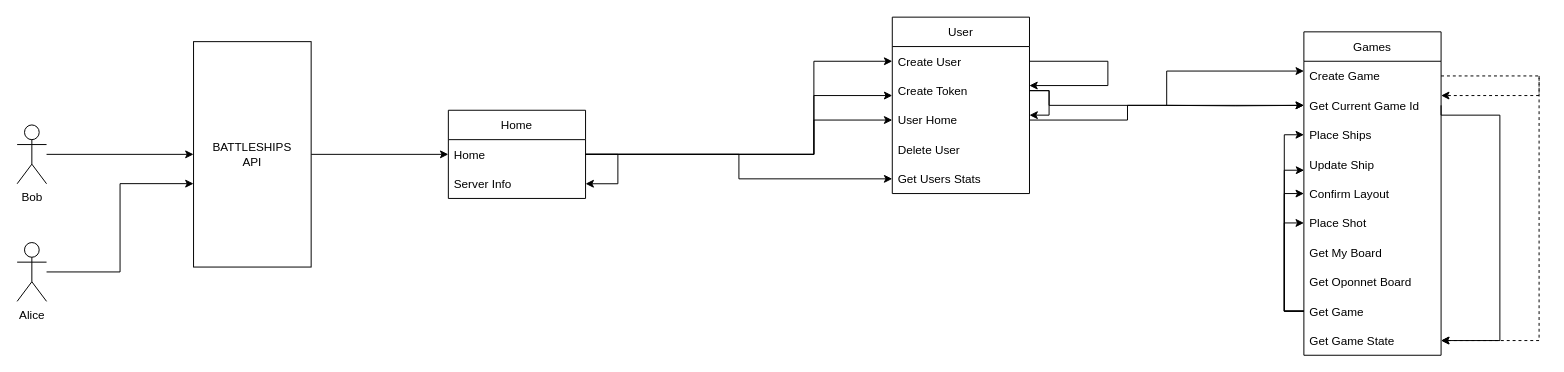
This is code/jvm/daw-battleship-game/src/main/sql/api_navigation.drawio from MiguelRocha2001/ISEL-DAW-Battleships-Game, a draw.io file, before an edit. Source tidied: cells renumbered, new cells numbered last; positions are measured from the earlier drawing's top-left corner, leaving out a move shared by most shapes. Both pictures are drawn from the tidied source at 98%, with x=0, y=0 at pixel (17, 17).
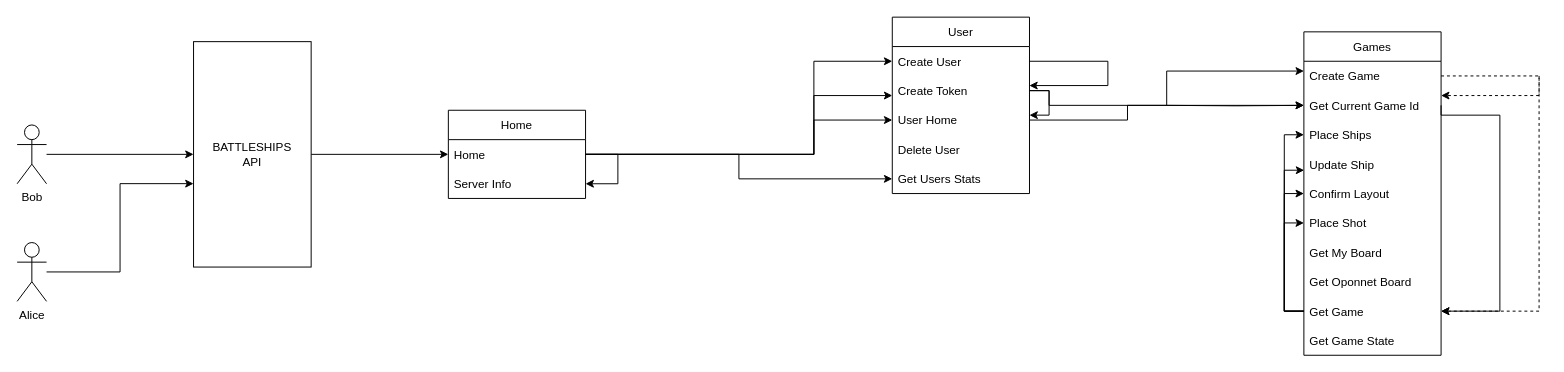
The same page after the edit.

The change refers to these unchanged cells:
```xml
<mxCell id="18" value="Games" style="swimlane;fontStyle=0;horizontal=1;startSize=30;" parent="1" vertex="1">
  <mxGeometry x="1313" y="15" width="140" height="330" as="geometry" />
</mxCell>
<mxCell id="23" value="Get Current Game Id" style="text;strokeColor=none;fillColor=none;align=left;verticalAlign=middle;spacingLeft=4;spacingRight=4;overflow=hidden;points=[[0,0.5],[1,0.5]];portConstraint=eastwest;" parent="18" vertex="1">
  <mxGeometry y="60" width="140" height="30" as="geometry" />
</mxCell>
<mxCell id="34" value="Get Game" style="text;strokeColor=none;fillColor=none;align=left;verticalAlign=middle;spacingLeft=4;spacingRight=4;overflow=hidden;points=[[0,0.5],[1,0.5]];portConstraint=eastwest;" parent="18" vertex="1">
  <mxGeometry y="270" width="140" height="30" as="geometry" />
</mxCell>
<mxCell id="35" value="Get Game State" style="text;strokeColor=none;fillColor=none;align=left;verticalAlign=middle;spacingLeft=4;spacingRight=4;overflow=hidden;points=[[0,0.5],[1,0.5]];portConstraint=eastwest;" parent="18" vertex="1">
  <mxGeometry y="300" width="140" height="30" as="geometry" />
</mxCell>
```

Change to the diagram source:
```diff
@@
-    <mxCell id="20" style="edgeStyle=orthogonalEdgeStyle;rounded=0;jettySize=auto;html=1;entryX=1;entryY=0.5;entryDx=0;entryDy=0;dashed=1;" parent="18" edge="1" target="35">
+    <mxCell id="20" style="edgeStyle=orthogonalEdgeStyle;rounded=0;jettySize=auto;html=1;entryX=1;entryY=0.5;entryDx=0;entryDy=0;dashed=1;" parent="18" edge="1" target="34">
       <mxGeometry relative="1" as="geometry">
         <mxPoint x="240" y="45" as="sourcePoint" />
         <Array as="points">
-          <mxPoint x="240" y="315" />
+          <mxPoint x="240" y="285" />
         </Array>
       </mxGeometry>
     </mxCell>
@@
-    <mxCell id="22" style="edgeStyle=orthogonalEdgeStyle;rounded=0;jettySize=auto;html=1;exitX=1;exitY=0.5;exitDx=0;exitDy=0;entryX=1;entryY=0.5;entryDx=0;entryDy=0;" parent="18" edge="1" source="23" target="35">
+    <mxCell id="22" style="edgeStyle=orthogonalEdgeStyle;rounded=0;jettySize=auto;html=1;exitX=1;exitY=0.5;exitDx=0;exitDy=0;" parent="18" edge="1" source="23" target="34">
       <mxGeometry relative="1" as="geometry">
         <Array as="points">
           <mxPoint x="140" y="85" />
           <mxPoint x="200" y="85" />
-          <mxPoint x="200" y="315" />
+          <mxPoint x="200" y="285" />
         </Array>
       </mxGeometry>
     </mxCell>
```
